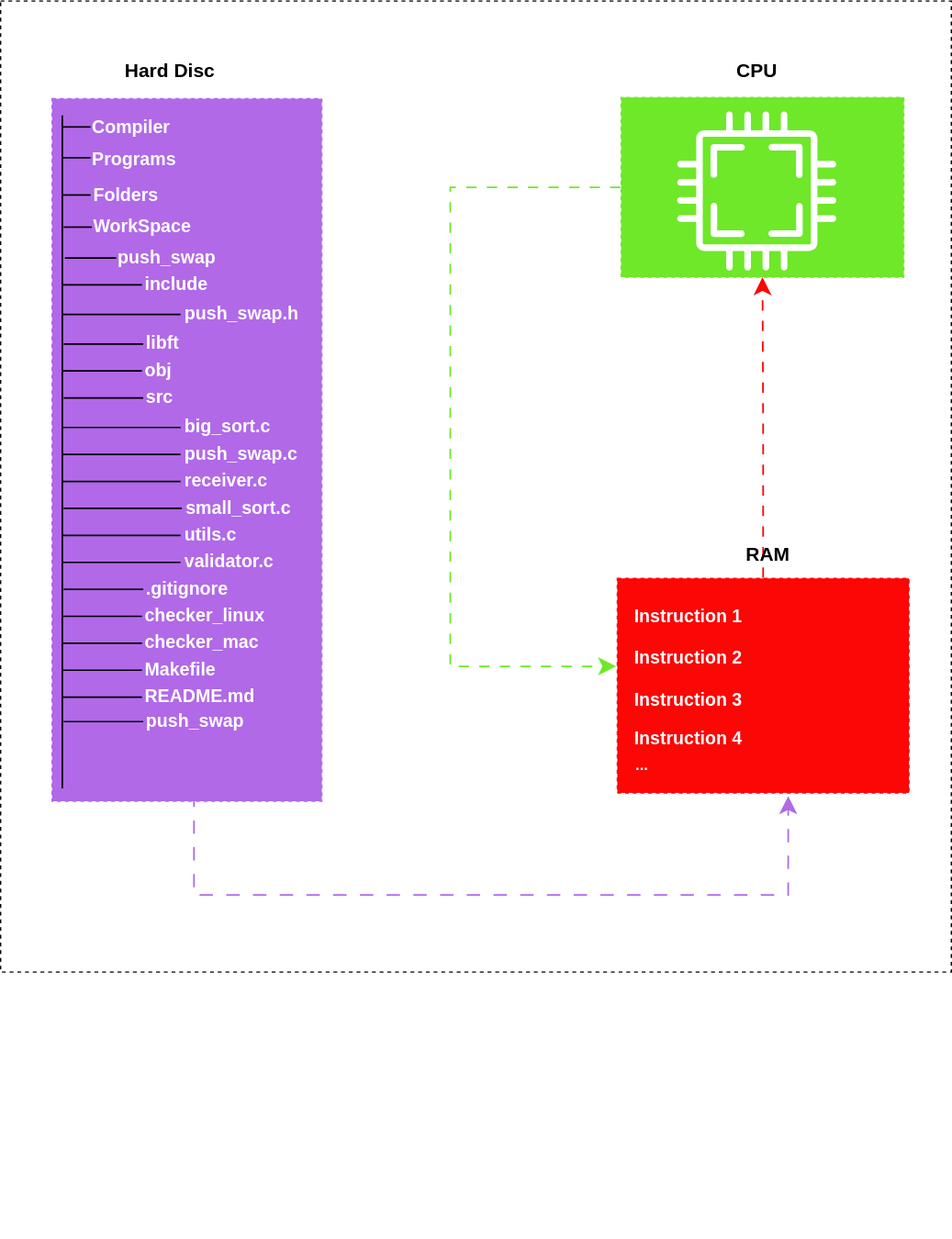
ZimboSebastiao/push_swap keeps this draw.io diagram as imgs/flow1.svg. Above is the earlier version. Source tidied: cells renumbered, new cells last; positions are measured from the earlier drawing's top-left corner, leaving out a move shared by most shapes. Its diagram source:
```xml
<mxGraphModel>
  <root>
    <mxCell id="0" />
    <mxCell id="1" parent="0" />
    <mxCell id="2" style="rounded=0;whiteSpace=wrap;html=1;dashed=1;" parent="1" vertex="1">
      <mxGeometry width="740" height="756" as="geometry" />
    </mxCell>
    <mxCell id="3" style="whiteSpace=wrap;html=1;dashed=1;fillColor=#B169E8;strokeColor=#B169E8;" parent="1" vertex="1">
      <mxGeometry x="40" y="76" width="210" height="547" as="geometry" />
    </mxCell>
    <mxCell id="4" value="&lt;b&gt;&lt;font style=&quot;font-size: 15px;&quot;&gt;Hard Disc&lt;/font&gt;&lt;/b&gt;" style="text;html=1;align=center;verticalAlign=middle;whiteSpace=wrap;rounded=0;" parent="1" vertex="1">
      <mxGeometry x="87" y="38" width="89" height="30" as="geometry" />
    </mxCell>
    <mxCell id="5" value="&lt;div align=&quot;left&quot;&gt;&lt;b style=&quot;color: rgb(255, 255, 255);&quot;&gt;&lt;font style=&quot;font-size: 14px;&quot;&gt;Compiler&lt;/font&gt;&lt;/b&gt;&lt;/div&gt;" style="text;html=1;align=left;verticalAlign=middle;whiteSpace=wrap;rounded=0;" parent="1" vertex="1">
      <mxGeometry x="69" y="83" width="110" height="30" as="geometry" />
    </mxCell>
    <mxCell id="6" value="&lt;div align=&quot;left&quot;&gt;&lt;b style=&quot;color: rgb(255, 255, 255);&quot;&gt;&lt;font style=&quot;font-size: 14px;&quot;&gt;Programs&lt;/font&gt;&lt;/b&gt;&lt;/div&gt;" style="text;html=1;align=left;verticalAlign=middle;whiteSpace=wrap;rounded=0;" parent="1" vertex="1">
      <mxGeometry x="69" y="108" width="110" height="30" as="geometry" />
    </mxCell>
    <mxCell id="7" value="&lt;div align=&quot;left&quot;&gt;&lt;b style=&quot;color: rgb(255, 255, 255);&quot;&gt;&lt;font style=&quot;font-size: 14px;&quot;&gt;Folders&lt;/font&gt;&lt;/b&gt;&lt;/div&gt;" style="text;html=1;align=left;verticalAlign=middle;whiteSpace=wrap;rounded=0;" parent="1" vertex="1">
      <mxGeometry x="70" y="136" width="110" height="30" as="geometry" />
    </mxCell>
    <mxCell id="8" value="&lt;div align=&quot;left&quot;&gt;&lt;b style=&quot;color: rgb(255, 255, 255);&quot;&gt;&lt;font style=&quot;font-size: 14px;&quot;&gt;WorkSpace&lt;/font&gt;&lt;/b&gt;&lt;/div&gt;" style="text;html=1;align=left;verticalAlign=middle;whiteSpace=wrap;rounded=0;" parent="1" vertex="1">
      <mxGeometry x="70" y="160" width="110" height="30" as="geometry" />
    </mxCell>
    <mxCell id="9" value="&lt;b style=&quot;color: rgb(255, 255, 255);&quot;&gt;&lt;font style=&quot;font-size: 14px;&quot;&gt;push_swap&lt;/font&gt;&lt;/b&gt;" style="text;html=1;align=left;verticalAlign=middle;whiteSpace=wrap;rounded=0;" parent="1" vertex="1">
      <mxGeometry x="89" y="184" width="81" height="30" as="geometry" />
    </mxCell>
    <mxCell id="10" value="&lt;div align=&quot;left&quot;&gt;&lt;b style=&quot;color: rgb(255, 255, 255);&quot;&gt;&lt;font style=&quot;font-size: 14px;&quot;&gt;include&lt;/font&gt;&lt;/b&gt;&lt;/div&gt;" style="text;html=1;align=left;verticalAlign=middle;whiteSpace=wrap;rounded=0;" parent="1" vertex="1">
      <mxGeometry x="110" y="205" width="61" height="30" as="geometry" />
    </mxCell>
    <mxCell id="11" style="line;strokeWidth=1.2;direction=south;html=1;" parent="1" vertex="1">
      <mxGeometry x="43" y="89" width="10" height="524" as="geometry" />
    </mxCell>
    <mxCell id="12" style="line;strokeWidth=1.2;html=1;" parent="1" vertex="1">
      <mxGeometry x="48" y="93" width="22" height="10" as="geometry" />
    </mxCell>
    <mxCell id="13" style="line;strokeWidth=1.2;html=1;" parent="1" vertex="1">
      <mxGeometry x="48" y="117" width="22" height="10" as="geometry" />
    </mxCell>
    <mxCell id="14" style="line;strokeWidth=1.2;html=1;" parent="1" vertex="1">
      <mxGeometry x="48" y="146" width="22" height="10" as="geometry" />
    </mxCell>
    <mxCell id="15" style="line;strokeWidth=1.2;html=1;" parent="1" vertex="1">
      <mxGeometry x="49" y="171" width="22" height="10" as="geometry" />
    </mxCell>
    <mxCell id="16" style="line;strokeWidth=1.2;html=1;" parent="1" vertex="1">
      <mxGeometry x="50" y="195" width="40" height="10" as="geometry" />
    </mxCell>
    <mxCell id="17" style="line;strokeWidth=1.2;html=1;" parent="1" vertex="1">
      <mxGeometry x="48" y="216" width="62" height="10" as="geometry" />
    </mxCell>
    <mxCell id="18" style="edgeStyle=orthogonalEdgeStyle;rounded=0;jettySize=auto;html=1;exitX=0.5;exitY=0;exitDx=0;exitDy=0;entryX=1;entryY=0.5;entryDx=0;entryDy=0;startSize=10;endSize=10;strokeWidth=1.3;strokeColor=#FC0606;flowAnimation=1;" parent="1" edge="1" source="19" target="25">
      <mxGeometry relative="1" as="geometry" />
    </mxCell>
    <mxCell id="19" style="whiteSpace=wrap;html=1;dashed=1;fillColor=#FC0606;strokeColor=#FC0606;" parent="1" vertex="1">
      <mxGeometry x="480" y="449.5" width="227" height="167" as="geometry" />
    </mxCell>
    <mxCell id="20" value="&lt;font style=&quot;font-size: 15px;&quot;&gt;&lt;b&gt;RAM&lt;/b&gt;&lt;/font&gt;" style="text;html=1;align=center;verticalAlign=middle;whiteSpace=wrap;rounded=0;" parent="1" vertex="1">
      <mxGeometry x="567" y="414.5" width="60" height="30" as="geometry" />
    </mxCell>
    <mxCell id="21" value="&lt;div align=&quot;left&quot;&gt;&lt;b style=&quot;color: rgb(255, 255, 255);&quot;&gt;&lt;font style=&quot;font-size: 14px;&quot;&gt;Instruction 1&lt;/font&gt;&lt;/b&gt;&lt;/div&gt;" style="text;html=1;align=left;verticalAlign=middle;whiteSpace=wrap;rounded=0;" parent="1" vertex="1">
      <mxGeometry x="491" y="466.5" width="110" height="25" as="geometry" />
    </mxCell>
    <mxCell id="22" value="&lt;div align=&quot;left&quot;&gt;&lt;b style=&quot;color: rgb(255, 255, 255);&quot;&gt;&lt;font style=&quot;font-size: 14px;&quot;&gt;Instruction 2&lt;/font&gt;&lt;/b&gt;&lt;/div&gt;" style="text;html=1;align=left;verticalAlign=middle;whiteSpace=wrap;rounded=0;" parent="1" vertex="1">
      <mxGeometry x="491" y="495.5" width="110" height="30" as="geometry" />
    </mxCell>
    <mxCell id="23" value="&lt;div align=&quot;left&quot;&gt;&lt;b style=&quot;color: rgb(255, 255, 255);&quot;&gt;&lt;font style=&quot;font-size: 14px;&quot;&gt;Instruction 3&lt;/font&gt;&lt;/b&gt;&lt;/div&gt;" style="text;html=1;align=left;verticalAlign=middle;whiteSpace=wrap;rounded=0;" parent="1" vertex="1">
      <mxGeometry x="491" y="528.5" width="110" height="30" as="geometry" />
    </mxCell>
    <mxCell id="24" value="&lt;div align=&quot;left&quot;&gt;&lt;b style=&quot;color: rgb(255, 255, 255);&quot;&gt;&lt;font style=&quot;font-size: 14px;&quot;&gt;Instruction 4&lt;/font&gt;&lt;/b&gt;&lt;/div&gt;" style="text;html=1;align=left;verticalAlign=middle;whiteSpace=wrap;rounded=0;" parent="1" vertex="1">
      <mxGeometry x="491" y="558.5" width="110" height="30" as="geometry" />
    </mxCell>
    <mxCell id="25" style="whiteSpace=wrap;html=1;dashed=1;fillColor=#6EE828;strokeColor=#6EE828;fontColor=#ffffff;flipV=1;flipH=1;direction=south;" parent="1" vertex="1">
      <mxGeometry x="483" y="75" width="220" height="140" as="geometry" />
    </mxCell>
    <mxCell id="26" value="&lt;font style=&quot;font-size: 15px;&quot;&gt;&lt;b&gt;CPU&lt;/b&gt;&lt;/font&gt;" style="text;html=1;align=center;verticalAlign=middle;whiteSpace=wrap;rounded=0;" parent="1" vertex="1">
      <mxGeometry x="544" y="38" width="89" height="30" as="geometry" />
    </mxCell>
    <mxCell id="27" value="&lt;font style=&quot;font-size: 15px;&quot;&gt;&lt;b&gt;&lt;span style=&quot;color: rgb(255, 255, 255);&quot;&gt;HEAP&lt;/span&gt;&lt;/b&gt;&lt;/font&gt;" style="text;html=1;align=center;verticalAlign=middle;whiteSpace=wrap;rounded=0;" parent="1" vertex="1">
      <mxGeometry x="119" y="933" width="60" height="30" as="geometry" />
    </mxCell>
    <mxCell id="28" value="&lt;b style=&quot;color: rgb(255, 255, 255);&quot;&gt;...&lt;/b&gt;" style="text;html=1;align=left;verticalAlign=middle;whiteSpace=wrap;rounded=0;" parent="1" vertex="1">
      <mxGeometry x="492" y="579.5" width="110" height="30" as="geometry" />
    </mxCell>
    <mxCell id="29" value="&lt;div align=&quot;left&quot;&gt;&lt;b style=&quot;color: rgb(255, 255, 255);&quot;&gt;&lt;font style=&quot;font-size: 14px;&quot;&gt;push_swap.h&lt;/font&gt;&lt;/b&gt;&lt;/div&gt;" style="text;html=1;align=left;verticalAlign=middle;whiteSpace=wrap;rounded=0;" parent="1" vertex="1">
      <mxGeometry x="141" y="228" width="98" height="30" as="geometry" />
    </mxCell>
    <mxCell id="30" style="line;strokeWidth=1.2;html=1;" parent="1" vertex="1">
      <mxGeometry x="48" y="239" width="92" height="10" as="geometry" />
    </mxCell>
    <mxCell id="31" value="&lt;div align=&quot;left&quot;&gt;&lt;b style=&quot;color: rgb(255, 255, 255);&quot;&gt;&lt;font style=&quot;font-size: 14px;&quot;&gt;libft&lt;/font&gt;&lt;/b&gt;&lt;/div&gt;" style="text;html=1;align=left;verticalAlign=middle;whiteSpace=wrap;rounded=0;" parent="1" vertex="1">
      <mxGeometry x="111" y="251" width="61" height="30" as="geometry" />
    </mxCell>
    <mxCell id="32" style="line;strokeWidth=1.2;html=1;" parent="1" vertex="1">
      <mxGeometry x="49" y="262" width="62" height="10" as="geometry" />
    </mxCell>
    <mxCell id="33" value="&lt;div align=&quot;left&quot;&gt;&lt;b style=&quot;color: rgb(255, 255, 255);&quot;&gt;&lt;font style=&quot;font-size: 14px;&quot;&gt;obj&lt;/font&gt;&lt;/b&gt;&lt;/div&gt;" style="text;html=1;align=left;verticalAlign=middle;whiteSpace=wrap;rounded=0;" parent="1" vertex="1">
      <mxGeometry x="110" y="272" width="61" height="30" as="geometry" />
    </mxCell>
    <mxCell id="34" style="line;strokeWidth=1.2;html=1;" parent="1" vertex="1">
      <mxGeometry x="48" y="283" width="62" height="10" as="geometry" />
    </mxCell>
    <mxCell id="35" value="&lt;div align=&quot;left&quot;&gt;&lt;b style=&quot;color: rgb(255, 255, 255);&quot;&gt;&lt;font style=&quot;font-size: 14px;&quot;&gt;src&lt;/font&gt;&lt;/b&gt;&lt;/div&gt;" style="text;html=1;align=left;verticalAlign=middle;whiteSpace=wrap;rounded=0;" parent="1" vertex="1">
      <mxGeometry x="111" y="293" width="61" height="30" as="geometry" />
    </mxCell>
    <mxCell id="36" style="line;strokeWidth=1.2;html=1;" parent="1" vertex="1">
      <mxGeometry x="49" y="304" width="62" height="10" as="geometry" />
    </mxCell>
    <mxCell id="37" value="&lt;div align=&quot;left&quot;&gt;&lt;b style=&quot;color: rgb(255, 255, 255);&quot;&gt;&lt;font style=&quot;font-size: 14px;&quot;&gt;big_sort.c&lt;/font&gt;&lt;/b&gt;&lt;/div&gt;" style="text;html=1;align=left;verticalAlign=middle;whiteSpace=wrap;rounded=0;" parent="1" vertex="1">
      <mxGeometry x="141" y="316" width="98" height="30" as="geometry" />
    </mxCell>
    <mxCell id="38" style="line;strokeWidth=1.2;html=1;" parent="1" vertex="1">
      <mxGeometry x="48" y="327" width="92" height="10" as="geometry" />
    </mxCell>
    <mxCell id="39" value="&lt;div align=&quot;left&quot;&gt;&lt;b style=&quot;color: rgb(255, 255, 255);&quot;&gt;&lt;font style=&quot;font-size: 14px;&quot;&gt;push_swap.c&lt;/font&gt;&lt;/b&gt;&lt;/div&gt;" style="text;html=1;align=left;verticalAlign=middle;whiteSpace=wrap;rounded=0;" parent="1" vertex="1">
      <mxGeometry x="141" y="337" width="98" height="30" as="geometry" />
    </mxCell>
    <mxCell id="40" style="line;strokeWidth=1.2;html=1;" parent="1" vertex="1">
      <mxGeometry x="48" y="348" width="92" height="10" as="geometry" />
    </mxCell>
    <mxCell id="41" value="&lt;div align=&quot;left&quot;&gt;&lt;b style=&quot;color: rgb(255, 255, 255);&quot;&gt;&lt;font style=&quot;font-size: 14px;&quot;&gt;receiver.c&lt;/font&gt;&lt;/b&gt;&lt;/div&gt;" style="text;html=1;align=left;verticalAlign=middle;whiteSpace=wrap;rounded=0;" parent="1" vertex="1">
      <mxGeometry x="141" y="358" width="98" height="30" as="geometry" />
    </mxCell>
    <mxCell id="42" style="line;strokeWidth=1.2;html=1;" parent="1" vertex="1">
      <mxGeometry x="48" y="369" width="92" height="10" as="geometry" />
    </mxCell>
    <mxCell id="43" value="&lt;div align=&quot;left&quot;&gt;&lt;b style=&quot;color: rgb(255, 255, 255);&quot;&gt;&lt;font style=&quot;font-size: 14px;&quot;&gt;small_sort.c&lt;/font&gt;&lt;/b&gt;&lt;/div&gt;" style="text;html=1;align=left;verticalAlign=middle;whiteSpace=wrap;rounded=0;" parent="1" vertex="1">
      <mxGeometry x="142" y="379" width="98" height="30" as="geometry" />
    </mxCell>
    <mxCell id="44" style="line;strokeWidth=1.2;html=1;" parent="1" vertex="1">
      <mxGeometry x="49" y="390" width="92" height="10" as="geometry" />
    </mxCell>
    <mxCell id="45" value="&lt;div align=&quot;left&quot;&gt;&lt;b style=&quot;color: rgb(255, 255, 255);&quot;&gt;&lt;font style=&quot;font-size: 14px;&quot;&gt;utils.c&lt;/font&gt;&lt;/b&gt;&lt;/div&gt;" style="text;html=1;align=left;verticalAlign=middle;whiteSpace=wrap;rounded=0;" parent="1" vertex="1">
      <mxGeometry x="141" y="400" width="98" height="30" as="geometry" />
    </mxCell>
    <mxCell id="46" style="line;strokeWidth=1.2;html=1;" parent="1" vertex="1">
      <mxGeometry x="48" y="411" width="92" height="10" as="geometry" />
    </mxCell>
    <mxCell id="47" value="&lt;div align=&quot;left&quot;&gt;&lt;b style=&quot;color: rgb(255, 255, 255);&quot;&gt;&lt;font style=&quot;font-size: 14px;&quot;&gt;validator.c&lt;/font&gt;&lt;/b&gt;&lt;/div&gt;" style="text;html=1;align=left;verticalAlign=middle;whiteSpace=wrap;rounded=0;" parent="1" vertex="1">
      <mxGeometry x="141" y="421" width="98" height="30" as="geometry" />
    </mxCell>
    <mxCell id="48" style="line;strokeWidth=1.2;html=1;" parent="1" vertex="1">
      <mxGeometry x="48" y="432" width="92" height="10" as="geometry" />
    </mxCell>
    <mxCell id="49" value="&lt;div align=&quot;left&quot;&gt;&lt;b style=&quot;color: rgb(255, 255, 255);&quot;&gt;&lt;font style=&quot;font-size: 14px;&quot;&gt;.gitignore&lt;/font&gt;&lt;/b&gt;&lt;/div&gt;" style="text;html=1;align=left;verticalAlign=middle;whiteSpace=wrap;rounded=0;" parent="1" vertex="1">
      <mxGeometry x="111" y="442" width="61" height="30" as="geometry" />
    </mxCell>
    <mxCell id="50" style="line;strokeWidth=1.2;html=1;" parent="1" vertex="1">
      <mxGeometry x="49" y="453" width="62" height="10" as="geometry" />
    </mxCell>
    <mxCell id="51" value="&lt;div align=&quot;left&quot;&gt;&lt;b style=&quot;color: rgb(255, 255, 255);&quot;&gt;&lt;font style=&quot;font-size: 14px;&quot;&gt;checker_linux&lt;/font&gt;&lt;/b&gt;&lt;/div&gt;" style="text;html=1;align=left;verticalAlign=middle;whiteSpace=wrap;rounded=0;" parent="1" vertex="1">
      <mxGeometry x="110" y="463" width="90" height="30" as="geometry" />
    </mxCell>
    <mxCell id="52" style="line;strokeWidth=1.2;html=1;" parent="1" vertex="1">
      <mxGeometry x="48" y="474" width="62" height="10" as="geometry" />
    </mxCell>
    <mxCell id="53" value="&lt;div align=&quot;left&quot;&gt;&lt;b style=&quot;color: rgb(255, 255, 255);&quot;&gt;&lt;font style=&quot;font-size: 14px;&quot;&gt;checker_mac&lt;/font&gt;&lt;/b&gt;&lt;/div&gt;" style="text;html=1;align=left;verticalAlign=middle;whiteSpace=wrap;rounded=0;" parent="1" vertex="1">
      <mxGeometry x="110" y="484" width="90" height="30" as="geometry" />
    </mxCell>
    <mxCell id="54" style="line;strokeWidth=1.2;html=1;" parent="1" vertex="1">
      <mxGeometry x="48" y="495" width="62" height="10" as="geometry" />
    </mxCell>
    <mxCell id="55" value="&lt;div align=&quot;left&quot;&gt;&lt;b style=&quot;color: rgb(255, 255, 255);&quot;&gt;&lt;font style=&quot;font-size: 14px;&quot;&gt;Makefile&lt;/font&gt;&lt;/b&gt;&lt;/div&gt;" style="text;html=1;align=left;verticalAlign=middle;whiteSpace=wrap;rounded=0;" parent="1" vertex="1">
      <mxGeometry x="110" y="505" width="61" height="30" as="geometry" />
    </mxCell>
    <mxCell id="56" style="line;strokeWidth=1.2;html=1;" parent="1" vertex="1">
      <mxGeometry x="48" y="516" width="62" height="10" as="geometry" />
    </mxCell>
    <mxCell id="57" value="&lt;div align=&quot;left&quot;&gt;&lt;b style=&quot;color: rgb(255, 255, 255);&quot;&gt;&lt;font style=&quot;font-size: 14px;&quot;&gt;README.md&lt;/font&gt;&lt;/b&gt;&lt;/div&gt;" style="text;html=1;align=left;verticalAlign=middle;whiteSpace=wrap;rounded=0;" parent="1" vertex="1">
      <mxGeometry x="110" y="526" width="90" height="30" as="geometry" />
    </mxCell>
    <mxCell id="58" style="line;strokeWidth=1.2;html=1;" parent="1" vertex="1">
      <mxGeometry x="48" y="537" width="62" height="10" as="geometry" />
    </mxCell>
    <mxCell id="59" value="&lt;div align=&quot;left&quot;&gt;&lt;b style=&quot;color: rgb(255, 255, 255);&quot;&gt;&lt;font style=&quot;font-size: 14px;&quot;&gt;push_swap&lt;/font&gt;&lt;/b&gt;&lt;/div&gt;" style="text;html=1;align=left;verticalAlign=middle;whiteSpace=wrap;rounded=0;" parent="1" vertex="1">
      <mxGeometry x="111" y="545" width="79" height="30" as="geometry" />
    </mxCell>
    <mxCell id="60" style="line;strokeWidth=1.2;html=1;" parent="1" vertex="1">
      <mxGeometry x="49" y="556" width="62" height="10" as="geometry" />
    </mxCell>
    <mxCell id="61" style="sketch=0;shadow=0;dashed=0;html=1;strokeColor=none;fillColor=#FFFFFF;labelPosition=center;verticalLabelPosition=bottom;verticalAlign=top;align=center;shape=mxgraph.vvd.cpu;" parent="1" vertex="1">
      <mxGeometry x="526.5" y="86" width="124" height="124" as="geometry" />
    </mxCell>
    <mxCell id="62" style="edgeStyle=orthogonalEdgeStyle;rounded=0;jettySize=auto;html=1;entryX=0.586;entryY=1.015;entryDx=0;entryDy=0;entryPerimeter=0;exitX=0.5;exitY=1;exitDx=0;exitDy=0;strokeColor=#B169E8;startSize=10;endSize=10;dashed=1;dashPattern=8 8;flowAnimation=1;strokeWidth=1.3;" parent="1" edge="1" source="59" target="19">
      <mxGeometry relative="1" as="geometry">
        <Array as="points">
          <mxPoint x="151" y="696" />
          <mxPoint x="613" y="696" />
        </Array>
      </mxGeometry>
    </mxCell>
    <mxCell id="63" style="edgeStyle=orthogonalEdgeStyle;rounded=0;jettySize=auto;html=1;entryX=-0.004;entryY=0.41;entryDx=0;entryDy=0;entryPerimeter=0;startSize=10;endSize=10;strokeWidth=1.3;strokeColor=#6EE828;flowAnimation=1;" parent="1" edge="1" source="25" target="19">
      <mxGeometry relative="1" as="geometry">
        <Array as="points">
          <mxPoint x="350" y="145" />
          <mxPoint x="350" y="518" />
        </Array>
      </mxGeometry>
    </mxCell>
  </root>
</mxGraphModel>
```
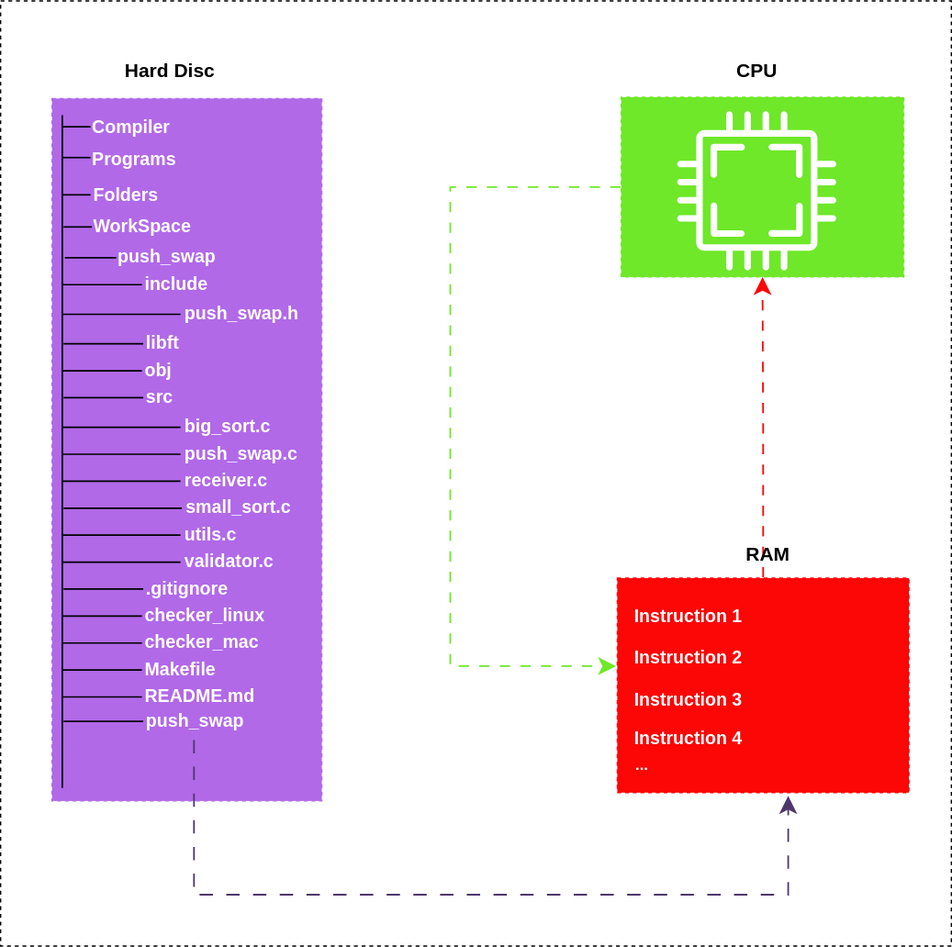
After the change.

What changed in the source:
```diff
@@ -3,7 +3,7 @@
     <mxCell id="0" />
     <mxCell id="1" parent="0" />
     <mxCell id="2" style="rounded=0;whiteSpace=wrap;html=1;dashed=1;" parent="1" vertex="1">
-      <mxGeometry width="740" height="756" as="geometry" />
+      <mxGeometry width="740" height="736" as="geometry" />
     </mxCell>
     <mxCell id="3" style="whiteSpace=wrap;html=1;dashed=1;fillColor=#B169E8;strokeColor=#B169E8;" parent="1" vertex="1">
       <mxGeometry x="40" y="76" width="210" height="547" as="geometry" />
@@ -77,9 +77,6 @@
     <mxCell id="26" value="&lt;font style=&quot;font-size: 15px;&quot;&gt;&lt;b&gt;CPU&lt;/b&gt;&lt;/font&gt;" style="text;html=1;align=center;verticalAlign=middle;whiteSpace=wrap;rounded=0;" parent="1" vertex="1">
       <mxGeometry x="544" y="38" width="89" height="30" as="geometry" />
     </mxCell>
-    <mxCell id="27" value="&lt;font style=&quot;font-size: 15px;&quot;&gt;&lt;b&gt;&lt;span style=&quot;color: rgb(255, 255, 255);&quot;&gt;HEAP&lt;/span&gt;&lt;/b&gt;&lt;/font&gt;" style="text;html=1;align=center;verticalAlign=middle;whiteSpace=wrap;rounded=0;" parent="1" vertex="1">
-      <mxGeometry x="119" y="933" width="60" height="30" as="geometry" />
-    </mxCell>
     <mxCell id="28" value="&lt;b style=&quot;color: rgb(255, 255, 255);&quot;&gt;...&lt;/b&gt;" style="text;html=1;align=left;verticalAlign=middle;whiteSpace=wrap;rounded=0;" parent="1" vertex="1">
       <mxGeometry x="492" y="579.5" width="110" height="30" as="geometry" />
     </mxCell>
@@ -182,7 +179,7 @@
     <mxCell id="61" style="sketch=0;shadow=0;dashed=0;html=1;strokeColor=none;fillColor=#FFFFFF;labelPosition=center;verticalLabelPosition=bottom;verticalAlign=top;align=center;shape=mxgraph.vvd.cpu;" parent="1" vertex="1">
       <mxGeometry x="526.5" y="86" width="124" height="124" as="geometry" />
     </mxCell>
-    <mxCell id="62" style="edgeStyle=orthogonalEdgeStyle;rounded=0;jettySize=auto;html=1;entryX=0.586;entryY=1.015;entryDx=0;entryDy=0;entryPerimeter=0;exitX=0.5;exitY=1;exitDx=0;exitDy=0;strokeColor=#B169E8;startSize=10;endSize=10;dashed=1;dashPattern=8 8;flowAnimation=1;strokeWidth=1.3;" parent="1" edge="1" source="59" target="19">
+    <mxCell id="62" style="edgeStyle=orthogonalEdgeStyle;rounded=0;jettySize=auto;html=1;entryX=0.586;entryY=1.015;entryDx=0;entryDy=0;entryPerimeter=0;exitX=0.5;exitY=1;exitDx=0;exitDy=0;strokeColor=#4E366C;startSize=10;endSize=10;dashed=1;dashPattern=8 8;flowAnimation=1;strokeWidth=1.3;" parent="1" edge="1" source="59" target="19">
       <mxGeometry relative="1" as="geometry">
         <Array as="points">
           <mxPoint x="151" y="696" />
```
